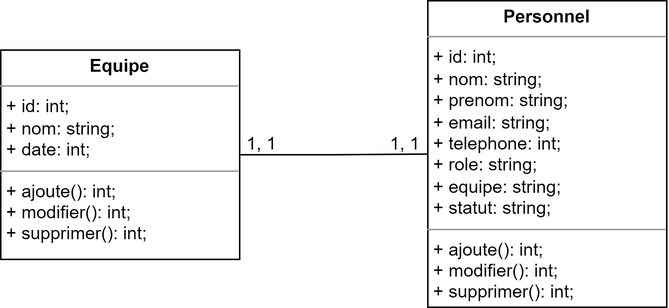
This is uml/diagrammClasse.png from SoufianeAbo/gestionDataware, a draw.io export, as it was before one commit. Source tidied: cells renumbered, new cells last; positions are measured from the earlier drawing's top-left corner, leaving out a move shared by most shapes.
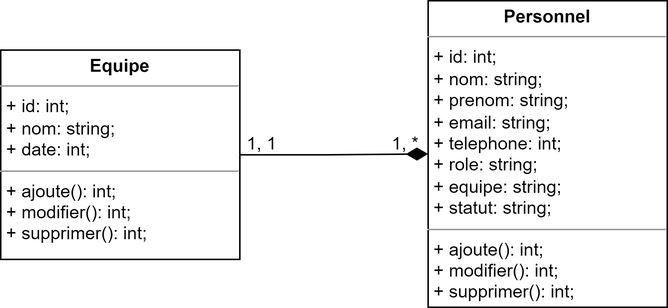
Later version of the same file.

Diff of the diagram source:
```diff
@@ -2,7 +2,7 @@
   <root>
     <mxCell id="0" />
     <mxCell id="1" parent="0" />
-    <mxCell id="2" style="edgeStyle=orthogonalEdgeStyle;rounded=0;jettySize=auto;html=1;endArrow=none;endFill=0;" parent="1" edge="1" source="3" target="4">
+    <mxCell id="2" style="edgeStyle=orthogonalEdgeStyle;rounded=0;jettySize=auto;html=1;endArrow=diamondThin;endFill=1;sourcePerimeterSpacing=0;startSize=6;endSize=12;" parent="1" edge="1" source="3" target="4">
       <mxGeometry relative="1" as="geometry" />
     </mxCell>
     <mxCell id="3" value="&lt;p style=&quot;margin:0px;margin-top:4px;text-align:center;&quot;&gt;&lt;b&gt;Equipe&lt;/b&gt;&lt;/p&gt;&lt;hr size=&quot;1&quot;&gt;&lt;p style=&quot;margin:0px;margin-left:4px;&quot;&gt;+ id: int;&lt;/p&gt;&lt;p style=&quot;margin:0px;margin-left:4px;&quot;&gt;+ nom: string;&lt;/p&gt;&lt;p style=&quot;margin:0px;margin-left:4px;&quot;&gt;+ date: int;&lt;/p&gt;&lt;hr size=&quot;1&quot;&gt;&lt;p style=&quot;margin:0px;margin-left:4px;&quot;&gt;+ ajoute(): int;&lt;/p&gt;&lt;p style=&quot;margin:0px;margin-left:4px;&quot;&gt;+ modifier(): int;&lt;/p&gt;&lt;p style=&quot;margin:0px;margin-left:4px;&quot;&gt;+ supprimer(): int;&lt;/p&gt;" style="verticalAlign=top;align=left;overflow=fill;fontSize=12;fontFamily=Helvetica;html=1;whiteSpace=wrap;" parent="1" vertex="1">
@@ -14,7 +14,7 @@
     <mxCell id="5" value="1, 1" style="text;html=1;strokeColor=none;fillColor=none;align=center;verticalAlign=middle;whiteSpace=wrap;rounded=0;" parent="1" vertex="1">
       <mxGeometry x="160" y="88" width="30" height="15" as="geometry" />
     </mxCell>
-    <mxCell id="6" value="1, 1" style="text;html=1;strokeColor=none;fillColor=none;align=center;verticalAlign=middle;whiteSpace=wrap;rounded=0;" parent="1" vertex="1">
+    <mxCell id="6" value="1, *" style="text;html=1;strokeColor=none;fillColor=none;align=center;verticalAlign=middle;whiteSpace=wrap;rounded=0;" parent="1" vertex="1">
       <mxGeometry x="256" y="88" width="30" height="15" as="geometry" />
     </mxCell>
   </root>
```
